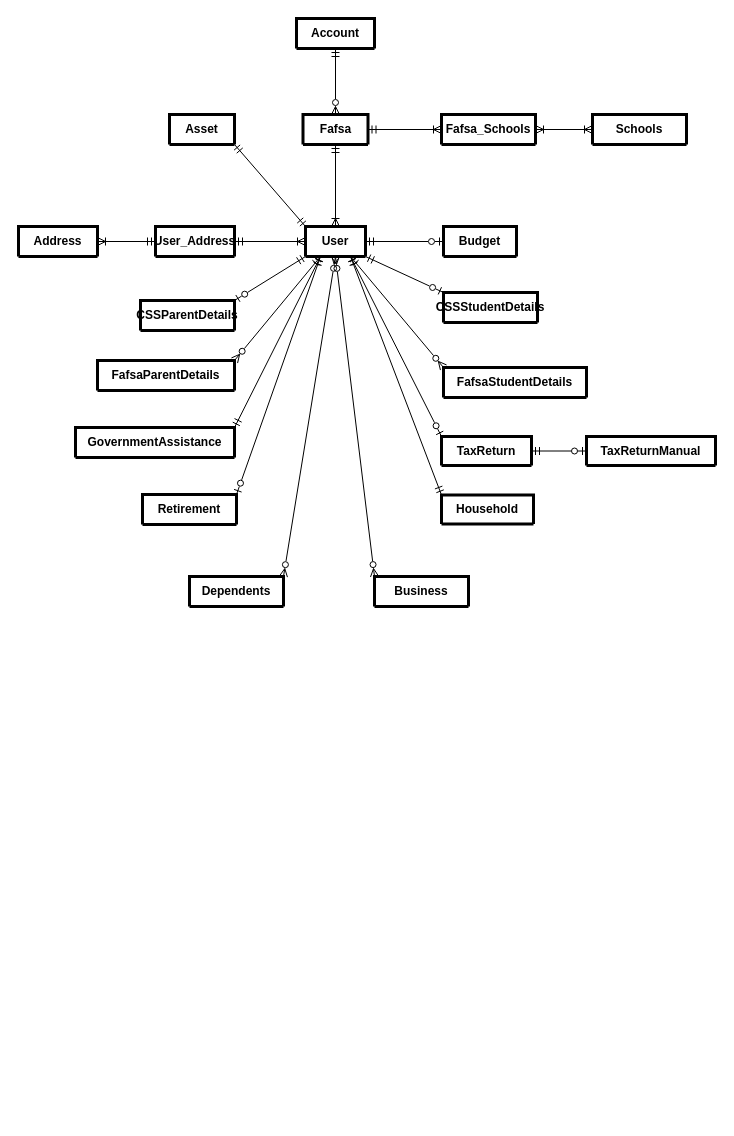
This is db.drawio from codyhenry/fafsaform, a draw.io file, before an edit. Source tidied: cells renumbered, new cells numbered last; positions are measured from the earlier drawing's top-left corner, leaving out a move shared by most shapes. Both pictures are drawn from the tidied source at 100%, with x=0, y=0 at pixel (18, 18).
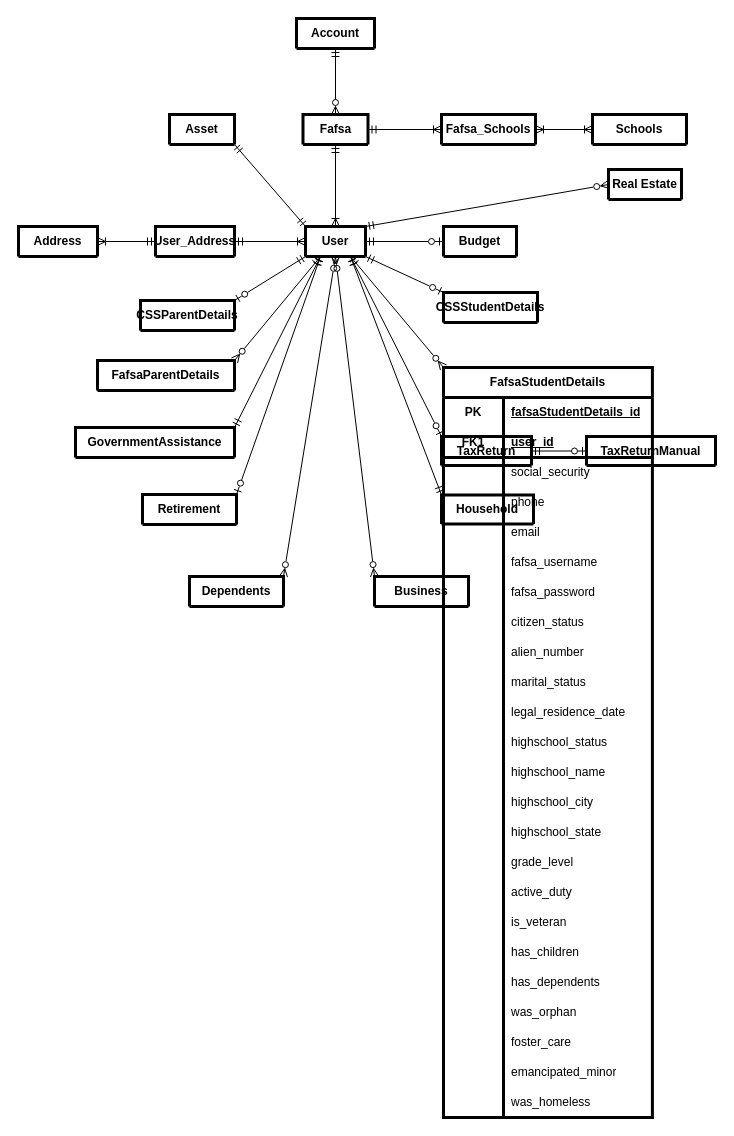
The same page after the edit.

The change refers to these unchanged cells:
```xml
<mxCell id="23" value="User" style="shape=table;startSize=30;childLayout=tableLayout;rowLines=0;fontStyle=1;align=center;html=1;whiteSpace=wrap;fillColor=none;strokeWidth=3;" parent="1" vertex="1" collapsed="1">
  <mxGeometry x="287" y="208" width="60" height="30" as="geometry" />
</mxCell>
```

What changed in the source:
```diff
@@
-    <mxCell id="6" value="FafsaStudentDetails" style="shape=table;startSize=30;childLayout=tableLayout;rowLines=0;fontStyle=1;align=center;html=1;whiteSpace=wrap;fillColor=none;strokeWidth=3;" parent="1" vertex="1" collapsed="1">
-      <mxGeometry x="425" y="349" width="143" height="30" as="geometry" />
+    <mxCell id="6" value="FafsaStudentDetails" style="shape=table;startSize=30;childLayout=tableLayout;rowLines=0;fontStyle=1;align=center;html=1;whiteSpace=wrap;fillColor=none;strokeWidth=3;" parent="1" vertex="1">
+      <mxGeometry x="425" y="349" width="208.9" height="750" as="geometry" />
     </mxCell>
+    <mxCell id="41" style="shape=tableRow;horizontal=0;startSize=0;swimlaneHead=0;swimlaneBody=0;fillColor=none;top=0;left=0;right=0;bottom=0;html=1;strokeWidth=3;" parent="6" vertex="1">
+      <mxGeometry y="30" width="208.9" height="30" as="geometry" />
+    </mxCell>
+    <mxCell id="42" value="PK" style="shape=partialRectangle;fillColor=none;top=0;left=0;bottom=0;right=0;fontStyle=1;overflow=hidden;html=1;whiteSpace=wrap;strokeWidth=3;perimeterSpacing=0;" parent="41" vertex="1">
+      <mxGeometry width="60" height="30" as="geometry" />
+    </mxCell>
+    <mxCell id="43" value="fafsaStudentDetails_id" style="shape=partialRectangle;fillColor=none;top=0;left=0;bottom=0;right=0;align=left;spacingLeft=6;fontStyle=5;overflow=hidden;html=1;whiteSpace=wrap;strokeWidth=3;" parent="41" vertex="1">
+      <mxGeometry x="60" width="148.9" height="30" as="geometry" />
+    </mxCell>
+    <mxCell id="44" style="shape=tableRow;horizontal=0;startSize=0;swimlaneHead=0;swimlaneBody=0;fillColor=none;top=0;left=0;right=0;bottom=1;html=1;strokeWidth=3;" parent="6" vertex="1">
+      <mxGeometry y="60" width="208.9" height="30" as="geometry" />
+    </mxCell>
+    <mxCell id="45" value="FK1" style="shape=partialRectangle;fillColor=none;top=0;left=0;bottom=0;right=0;fontStyle=1;overflow=hidden;html=1;whiteSpace=wrap;strokeWidth=3;" parent="44" vertex="1">
+      <mxGeometry width="60" height="30" as="geometry" />
+    </mxCell>
+    <mxCell id="46" value="user_id" style="shape=partialRectangle;fillColor=none;top=0;left=0;bottom=0;right=0;align=left;spacingLeft=6;fontStyle=5;overflow=hidden;html=1;whiteSpace=wrap;strokeWidth=3;" parent="44" vertex="1">
+      <mxGeometry x="60" width="148.9" height="30" as="geometry" />
+    </mxCell>
+    <mxCell id="47" style="shape=tableRow;horizontal=0;startSize=0;swimlaneHead=0;swimlaneBody=0;fillColor=none;top=0;left=0;right=0;bottom=0;html=1;strokeWidth=3;" parent="6" vertex="1">
+      <mxGeometry y="90" width="208.9" height="30" as="geometry" />
+    </mxCell>
+    <mxCell id="48" style="shape=partialRectangle;fillColor=none;top=0;left=0;bottom=0;right=0;overflow=hidden;html=1;whiteSpace=wrap;strokeWidth=3;" parent="47" vertex="1">
+      <mxGeometry width="60" height="30" as="geometry" />
+    </mxCell>
+    <mxCell id="49" value="social_security" style="shape=partialRectangle;fillColor=none;top=0;left=0;bottom=0;right=0;align=left;spacingLeft=6;overflow=hidden;html=1;whiteSpace=wrap;strokeWidth=3;" parent="47" vertex="1">
+      <mxGeometry x="60" width="148.9" height="30" as="geometry" />
+    </mxCell>
+    <mxCell id="50" style="shape=tableRow;horizontal=0;startSize=0;swimlaneHead=0;swimlaneBody=0;fillColor=none;top=0;left=0;right=0;bottom=0;html=1;strokeWidth=3;" parent="6" vertex="1">
+      <mxGeometry y="120" width="208.9" height="30" as="geometry" />
+    </mxCell>
+    <mxCell id="51" style="shape=partialRectangle;fillColor=none;top=0;left=0;bottom=0;right=0;overflow=hidden;html=1;whiteSpace=wrap;strokeWidth=3;" parent="50" vertex="1">
+      <mxGeometry width="60" height="30" as="geometry" />
+    </mxCell>
+    <mxCell id="52" value="phone" style="shape=partialRectangle;fillColor=none;top=0;left=0;bottom=0;right=0;align=left;spacingLeft=6;overflow=hidden;html=1;whiteSpace=wrap;strokeWidth=3;" parent="50" vertex="1">
+      <mxGeometry x="60" width="148.9" height="30" as="geometry" />
+    </mxCell>
+    <mxCell id="53" style="shape=tableRow;horizontal=0;startSize=0;swimlaneHead=0;swimlaneBody=0;fillColor=none;top=0;left=0;right=0;bottom=0;html=1;strokeWidth=3;" parent="6" vertex="1">
+      <mxGeometry y="150" width="208.9" height="30" as="geometry" />
+    </mxCell>
+    <mxCell id="54" style="shape=partialRectangle;fillColor=none;top=0;left=0;bottom=0;right=0;overflow=hidden;html=1;whiteSpace=wrap;strokeWidth=3;" parent="53" vertex="1">
+      <mxGeometry width="60" height="30" as="geometry" />
+    </mxCell>
+    <mxCell id="55" value="email" style="shape=partialRectangle;fillColor=none;top=0;left=0;bottom=0;right=0;align=left;spacingLeft=6;overflow=hidden;html=1;whiteSpace=wrap;strokeWidth=3;" parent="53" vertex="1">
+      <mxGeometry x="60" width="148.9" height="30" as="geometry" />
+    </mxCell>
+    <mxCell id="56" style="shape=tableRow;horizontal=0;startSize=0;swimlaneHead=0;swimlaneBody=0;fillColor=none;top=0;left=0;right=0;bottom=0;html=1;strokeWidth=3;" parent="6" vertex="1">
+      <mxGeometry y="180" width="208.9" height="30" as="geometry" />
+    </mxCell>
+    <mxCell id="57" style="shape=partialRectangle;fillColor=none;top=0;left=0;bottom=0;right=0;overflow=hidden;html=1;whiteSpace=wrap;strokeWidth=3;" parent="56" vertex="1">
+      <mxGeometry width="60" height="30" as="geometry" />
+    </mxCell>
+    <mxCell id="58" value="fafsa_username" style="shape=partialRectangle;fillColor=none;top=0;left=0;bottom=0;right=0;align=left;spacingLeft=6;overflow=hidden;html=1;whiteSpace=wrap;strokeWidth=3;" parent="56" vertex="1">
+      <mxGeometry x="60" width="148.9" height="30" as="geometry" />
+    </mxCell>
+    <mxCell id="59" style="shape=tableRow;horizontal=0;startSize=0;swimlaneHead=0;swimlaneBody=0;fillColor=none;top=0;left=0;right=0;bottom=0;html=1;strokeWidth=3;" parent="6" vertex="1">
+      <mxGeometry y="210" width="208.9" height="30" as="geometry" />
+    </mxCell>
+    <mxCell id="60" style="shape=partialRectangle;fillColor=none;top=0;left=0;bottom=0;right=0;overflow=hidden;html=1;whiteSpace=wrap;strokeWidth=3;" parent="59" vertex="1">
+      <mxGeometry width="60" height="30" as="geometry" />
+    </mxCell>
+    <mxCell id="61" value="fafsa_password" style="shape=partialRectangle;fillColor=none;top=0;left=0;bottom=0;right=0;align=left;spacingLeft=6;overflow=hidden;html=1;whiteSpace=wrap;strokeWidth=3;" parent="59" vertex="1">
+      <mxGeometry x="60" width="148.9" height="30" as="geometry" />
+    </mxCell>
+    <mxCell id="62" style="shape=tableRow;horizontal=0;startSize=0;swimlaneHead=0;swimlaneBody=0;fillColor=none;top=0;left=0;right=0;bottom=0;html=1;strokeWidth=3;" parent="6" vertex="1">
+      <mxGeometry y="240" width="208.9" height="30" as="geometry" />
+    </mxCell>
+    <mxCell id="63" style="shape=partialRectangle;fillColor=none;top=0;left=0;bottom=0;right=0;overflow=hidden;html=1;whiteSpace=wrap;strokeWidth=3;" parent="62" vertex="1">
+      <mxGeometry width="60" height="30" as="geometry" />
+    </mxCell>
+    <mxCell id="64" value="citizen_status" style="shape=partialRectangle;fillColor=none;top=0;left=0;bottom=0;right=0;align=left;spacingLeft=6;overflow=hidden;html=1;whiteSpace=wrap;strokeWidth=3;" parent="62" vertex="1">
+      <mxGeometry x="60" width="148.9" height="30" as="geometry" />
+    </mxCell>
+    <mxCell id="65" style="shape=tableRow;horizontal=0;startSize=0;swimlaneHead=0;swimlaneBody=0;fillColor=none;top=0;left=0;right=0;bottom=0;html=1;strokeWidth=3;" parent="6" vertex="1">
+      <mxGeometry y="270" width="208.9" height="30" as="geometry" />
+    </mxCell>
+    <mxCell id="66" style="shape=partialRectangle;fillColor=none;top=0;left=0;bottom=0;right=0;overflow=hidden;html=1;whiteSpace=wrap;strokeWidth=3;" parent="65" vertex="1">
+      <mxGeometry width="60" height="30" as="geometry" />
+    </mxCell>
+    <mxCell id="67" value="alien_number" style="shape=partialRectangle;fillColor=none;top=0;left=0;bottom=0;right=0;align=left;spacingLeft=6;overflow=hidden;html=1;whiteSpace=wrap;strokeWidth=3;" parent="65" vertex="1">
+      <mxGeometry x="60" width="148.9" height="30" as="geometry" />
+    </mxCell>
+    <mxCell id="68" style="shape=tableRow;horizontal=0;startSize=0;swimlaneHead=0;swimlaneBody=0;fillColor=none;top=0;left=0;right=0;bottom=0;html=1;strokeWidth=3;" parent="6" vertex="1">
+      <mxGeometry y="300" width="208.9" height="30" as="geometry" />
+    </mxCell>
+    <mxCell id="69" style="shape=partialRectangle;fillColor=none;top=0;left=0;bottom=0;right=0;overflow=hidden;html=1;whiteSpace=wrap;strokeWidth=3;" parent="68" vertex="1">
+      <mxGeometry width="60" height="30" as="geometry" />
+    </mxCell>
+    <mxCell id="70" value="marital_status" style="shape=partialRectangle;fillColor=none;top=0;left=0;bottom=0;right=0;align=left;spacingLeft=6;overflow=hidden;html=1;whiteSpace=wrap;strokeWidth=3;" parent="68" vertex="1">
+      <mxGeometry x="60" width="148.9" height="30" as="geometry" />
+    </mxCell>
+    <mxCell id="71" style="shape=tableRow;horizontal=0;startSize=0;swimlaneHead=0;swimlaneBody=0;fillColor=none;top=0;left=0;right=0;bottom=0;html=1;strokeWidth=3;" parent="6" vertex="1">
+      <mxGeometry y="330" width="208.9" height="30" as="geometry" />
+    </mxCell>
+    <mxCell id="72" style="shape=partialRectangle;fillColor=none;top=0;left=0;bottom=0;right=0;overflow=hidden;html=1;whiteSpace=wrap;strokeWidth=3;" parent="71" vertex="1">
+      <mxGeometry width="60" height="30" as="geometry" />
+    </mxCell>
+    <mxCell id="73" value="legal_residence_date" style="shape=partialRectangle;fillColor=none;top=0;left=0;bottom=0;right=0;align=left;spacingLeft=6;overflow=hidden;html=1;whiteSpace=wrap;strokeWidth=3;" parent="71" vertex="1">
+      <mxGeometry x="60" width="148.9" height="30" as="geometry" />
+    </mxCell>
+    <mxCell id="74" style="shape=tableRow;horizontal=0;startSize=0;swimlaneHead=0;swimlaneBody=0;fillColor=none;top=0;left=0;right=0;bottom=0;html=1;strokeWidth=3;" parent="6" vertex="1">
+      <mxGeometry y="360" width="208.9" height="30" as="geometry" />
+    </mxCell>
+    <mxCell id="75" style="shape=partialRectangle;fillColor=none;top=0;left=0;bottom=0;right=0;overflow=hidden;html=1;whiteSpace=wrap;strokeWidth=3;" parent="74" vertex="1">
+      <mxGeometry width="60" height="30" as="geometry" />
+    </mxCell>
+    <mxCell id="76" value="highschool_status" style="shape=partialRectangle;fillColor=none;top=0;left=0;bottom=0;right=0;align=left;spacingLeft=6;overflow=hidden;html=1;whiteSpace=wrap;strokeWidth=3;" parent="74" vertex="1">
+      <mxGeometry x="60" width="148.9" height="30" as="geometry" />
+    </mxCell>
+    <mxCell id="77" style="shape=tableRow;horizontal=0;startSize=0;swimlaneHead=0;swimlaneBody=0;fillColor=none;top=0;left=0;right=0;bottom=0;html=1;strokeWidth=3;" parent="6" vertex="1">
+      <mxGeometry y="390" width="208.9" height="30" as="geometry" />
+    </mxCell>
+    <mxCell id="78" style="shape=partialRectangle;fillColor=none;top=0;left=0;bottom=0;right=0;overflow=hidden;html=1;whiteSpace=wrap;strokeWidth=3;" parent="77" vertex="1">
+      <mxGeometry width="60" height="30" as="geometry" />
+    </mxCell>
+    <mxCell id="79" value="highschool_name" style="shape=partialRectangle;fillColor=none;top=0;left=0;bottom=0;right=0;align=left;spacingLeft=6;overflow=hidden;html=1;whiteSpace=wrap;strokeWidth=3;" parent="77" vertex="1">
+      <mxGeometry x="60" width="148.9" height="30" as="geometry" />
+    </mxCell>
+    <mxCell id="80" style="shape=tableRow;horizontal=0;startSize=0;swimlaneHead=0;swimlaneBody=0;fillColor=none;top=0;left=0;right=0;bottom=0;html=1;strokeWidth=3;" parent="6" vertex="1">
+      <mxGeometry y="420" width="208.9" height="30" as="geometry" />
+    </mxCell>
+    <mxCell id="81" style="shape=partialRectangle;fillColor=none;top=0;left=0;bottom=0;right=0;overflow=hidden;html=1;whiteSpace=wrap;strokeWidth=3;" parent="80" vertex="1">
+      <mxGeometry width="60" height="30" as="geometry" />
+    </mxCell>
+    <mxCell id="82" value="highschool_city" style="shape=partialRectangle;fillColor=none;top=0;left=0;bottom=0;right=0;align=left;spacingLeft=6;overflow=hidden;html=1;whiteSpace=wrap;strokeWidth=3;" parent="80" vertex="1">
+      <mxGeometry x="60" width="148.9" height="30" as="geometry" />
+    </mxCell>
+    <mxCell id="83" style="shape=tableRow;horizontal=0;startSize=0;swimlaneHead=0;swimlaneBody=0;fillColor=none;top=0;left=0;right=0;bottom=0;html=1;strokeWidth=3;" parent="6" vertex="1">
+      <mxGeometry y="450" width="208.9" height="30" as="geometry" />
+    </mxCell>
+    <mxCell id="84" style="shape=partialRectangle;fillColor=none;top=0;left=0;bottom=0;right=0;overflow=hidden;html=1;whiteSpace=wrap;strokeWidth=3;" parent="83" vertex="1">
+      <mxGeometry width="60" height="30" as="geometry" />
+    </mxCell>
+    <mxCell id="85" value="highschool_state" style="shape=partialRectangle;fillColor=none;top=0;left=0;bottom=0;right=0;align=left;spacingLeft=6;overflow=hidden;html=1;whiteSpace=wrap;strokeWidth=3;" parent="83" vertex="1">
+      <mxGeometry x="60" width="148.9" height="30" as="geometry" />
+    </mxCell>
+    <mxCell id="86" style="shape=tableRow;horizontal=0;startSize=0;swimlaneHead=0;swimlaneBody=0;fillColor=none;top=0;left=0;right=0;bottom=0;html=1;strokeWidth=3;" parent="6" vertex="1">
+      <mxGeometry y="480" width="208.9" height="30" as="geometry" />
+    </mxCell>
+    <mxCell id="87" style="shape=partialRectangle;fillColor=none;top=0;left=0;bottom=0;right=0;overflow=hidden;html=1;whiteSpace=wrap;strokeWidth=3;" parent="86" vertex="1">
+      <mxGeometry width="60" height="30" as="geometry" />
+    </mxCell>
+    <mxCell id="88" value="grade_level" style="shape=partialRectangle;fillColor=none;top=0;left=0;bottom=0;right=0;align=left;spacingLeft=6;overflow=hidden;html=1;whiteSpace=wrap;strokeWidth=3;" parent="86" vertex="1">
+      <mxGeometry x="60" width="148.9" height="30" as="geometry" />
+    </mxCell>
+    <mxCell id="89" style="shape=tableRow;horizontal=0;startSize=0;swimlaneHead=0;swimlaneBody=0;fillColor=none;top=0;left=0;right=0;bottom=0;html=1;strokeWidth=3;" parent="6" vertex="1">
+      <mxGeometry y="510" width="208.9" height="30" as="geometry" />
+    </mxCell>
+    <mxCell id="90" style="shape=partialRectangle;fillColor=none;top=0;left=0;bottom=0;right=0;overflow=hidden;html=1;whiteSpace=wrap;strokeWidth=3;" parent="89" vertex="1">
+      <mxGeometry width="60" height="30" as="geometry" />
+    </mxCell>
+    <mxCell id="91" value="active_duty" style="shape=partialRectangle;fillColor=none;top=0;left=0;bottom=0;right=0;align=left;spacingLeft=6;overflow=hidden;html=1;whiteSpace=wrap;strokeWidth=3;" parent="89" vertex="1">
+      <mxGeometry x="60" width="148.9" height="30" as="geometry" />
+    </mxCell>
+    <mxCell id="92" style="shape=tableRow;horizontal=0;startSize=0;swimlaneHead=0;swimlaneBody=0;fillColor=none;top=0;left=0;right=0;bottom=0;html=1;strokeWidth=3;" parent="6" vertex="1">
+      <mxGeometry y="540" width="208.9" height="30" as="geometry" />
+    </mxCell>
+    <mxCell id="93" style="shape=partialRectangle;fillColor=none;top=0;left=0;bottom=0;right=0;overflow=hidden;html=1;whiteSpace=wrap;strokeWidth=3;" parent="92" vertex="1">
+      <mxGeometry width="60" height="30" as="geometry" />
+    </mxCell>
+    <mxCell id="94" value="is_veteran" style="shape=partialRectangle;fillColor=none;top=0;left=0;bottom=0;right=0;align=left;spacingLeft=6;overflow=hidden;html=1;whiteSpace=wrap;strokeWidth=3;" parent="92" vertex="1">
+      <mxGeometry x="60" width="148.9" height="30" as="geometry" />
+    </mxCell>
+    <mxCell id="95" style="shape=tableRow;horizontal=0;startSize=0;swimlaneHead=0;swimlaneBody=0;fillColor=none;top=0;left=0;right=0;bottom=0;html=1;strokeWidth=3;" parent="6" vertex="1">
+      <mxGeometry y="570" width="208.9" height="30" as="geometry" />
+    </mxCell>
+    <mxCell id="96" style="shape=partialRectangle;fillColor=none;top=0;left=0;bottom=0;right=0;overflow=hidden;html=1;whiteSpace=wrap;strokeWidth=3;" parent="95" vertex="1">
+      <mxGeometry width="60" height="30" as="geometry" />
+    </mxCell>
+    <mxCell id="97" value="has_children" style="shape=partialRectangle;fillColor=none;top=0;left=0;bottom=0;right=0;align=left;spacingLeft=6;overflow=hidden;html=1;whiteSpace=wrap;strokeWidth=3;" parent="95" vertex="1">
+      <mxGeometry x="60" width="148.9" height="30" as="geometry" />
+    </mxCell>
+    <mxCell id="98" style="shape=tableRow;horizontal=0;startSize=0;swimlaneHead=0;swimlaneBody=0;fillColor=none;top=0;left=0;right=0;bottom=0;html=1;strokeWidth=3;" parent="6" vertex="1">
+      <mxGeometry y="600" width="208.9" height="30" as="geometry" />
+    </mxCell>
+    <mxCell id="99" style="shape=partialRectangle;fillColor=none;top=0;left=0;bottom=0;right=0;overflow=hidden;html=1;whiteSpace=wrap;strokeWidth=3;" parent="98" vertex="1">
+      <mxGeometry width="60" height="30" as="geometry" />
+    </mxCell>
+    <mxCell id="100" value="has_dependents" style="shape=partialRectangle;fillColor=none;top=0;left=0;bottom=0;right=0;align=left;spacingLeft=6;overflow=hidden;html=1;whiteSpace=wrap;strokeWidth=3;" parent="98" vertex="1">
+      <mxGeometry x="60" width="148.9" height="30" as="geometry" />
+    </mxCell>
+    <mxCell id="101" style="shape=tableRow;horizontal=0;startSize=0;swimlaneHead=0;swimlaneBody=0;fillColor=none;top=0;left=0;right=0;bottom=0;html=1;strokeWidth=3;" parent="6" vertex="1">
+      <mxGeometry y="630" width="208.9" height="30" as="geometry" />
+    </mxCell>
+    <mxCell id="102" style="shape=partialRectangle;fillColor=none;top=0;left=0;bottom=0;right=0;overflow=hidden;html=1;whiteSpace=wrap;strokeWidth=3;" parent="101" vertex="1">
+      <mxGeometry width="60" height="30" as="geometry" />
+    </mxCell>
+    <mxCell id="103" value="was_orphan" style="shape=partialRectangle;fillColor=none;top=0;left=0;bottom=0;right=0;align=left;spacingLeft=6;overflow=hidden;html=1;whiteSpace=wrap;strokeWidth=3;" parent="101" vertex="1">
+      <mxGeometry x="60" width="148.9" height="30" as="geometry" />
+    </mxCell>
+    <mxCell id="104" style="shape=tableRow;horizontal=0;startSize=0;swimlaneHead=0;swimlaneBody=0;fillColor=none;top=0;left=0;right=0;bottom=0;html=1;strokeWidth=3;" parent="6" vertex="1">
+      <mxGeometry y="660" width="208.9" height="30" as="geometry" />
+    </mxCell>
+    <mxCell id="105" style="shape=partialRectangle;fillColor=none;top=0;left=0;bottom=0;right=0;overflow=hidden;html=1;whiteSpace=wrap;strokeWidth=3;" parent="104" vertex="1">
+      <mxGeometry width="60" height="30" as="geometry" />
+    </mxCell>
+    <mxCell id="106" value="foster_care" style="shape=partialRectangle;fillColor=none;top=0;left=0;bottom=0;right=0;align=left;spacingLeft=6;overflow=hidden;html=1;whiteSpace=wrap;strokeWidth=3;" parent="104" vertex="1">
+      <mxGeometry x="60" width="148.9" height="30" as="geometry" />
+    </mxCell>
+    <mxCell id="107" style="shape=tableRow;horizontal=0;startSize=0;swimlaneHead=0;swimlaneBody=0;fillColor=none;top=0;left=0;right=0;bottom=0;html=1;strokeWidth=3;" parent="6" vertex="1">
+      <mxGeometry y="690" width="208.9" height="30" as="geometry" />
+    </mxCell>
+    <mxCell id="108" style="shape=partialRectangle;fillColor=none;top=0;left=0;bottom=0;right=0;overflow=hidden;html=1;whiteSpace=wrap;strokeWidth=3;" parent="107" vertex="1">
+      <mxGeometry width="60" height="30" as="geometry" />
+    </mxCell>
+    <mxCell id="109" value="emancipated_minor" style="shape=partialRectangle;fillColor=none;top=0;left=0;bottom=0;right=0;align=left;spacingLeft=6;overflow=hidden;html=1;whiteSpace=wrap;strokeWidth=3;" parent="107" vertex="1">
+      <mxGeometry x="60" width="148.9" height="30" as="geometry" />
+    </mxCell>
+    <mxCell id="110" style="shape=tableRow;horizontal=0;startSize=0;swimlaneHead=0;swimlaneBody=0;fillColor=none;top=0;left=0;right=0;bottom=0;html=1;strokeWidth=3;" parent="6" vertex="1">
+      <mxGeometry y="720" width="208.9" height="30" as="geometry" />
+    </mxCell>
+    <mxCell id="111" style="shape=partialRectangle;fillColor=none;top=0;left=0;bottom=0;right=0;overflow=hidden;html=1;whiteSpace=wrap;strokeWidth=3;" parent="110" vertex="1">
+      <mxGeometry width="60" height="30" as="geometry" />
+    </mxCell>
+    <mxCell id="112" value="was_homeless" style="shape=partialRectangle;fillColor=none;top=0;left=0;bottom=0;right=0;align=left;spacingLeft=6;overflow=hidden;html=1;whiteSpace=wrap;strokeWidth=3;" parent="110" vertex="1">
+      <mxGeometry x="60" width="148.9" height="30" as="geometry" />
+    </mxCell>
@@
+    <mxCell id="113" style="rounded=0;jettySize=auto;html=1;exitX=1;exitY=0;exitDx=0;exitDy=0;entryX=0;entryY=0.5;entryDx=0;entryDy=0;endArrow=ERzeroToMany;endFill=0;startArrow=ERmandOne;startFill=0;" parent="1" edge="1" source="23" target="114">
+      <mxGeometry relative="1" as="geometry" />
+    </mxCell>
@@
+    <mxCell id="114" value="Real Estate" style="shape=table;startSize=30;childLayout=tableLayout;rowLines=0;fontStyle=1;align=center;html=1;whiteSpace=wrap;fillColor=none;strokeWidth=3;" parent="1" vertex="1" collapsed="1">
+      <mxGeometry x="590" y="151" width="73" height="30" as="geometry" />
+    </mxCell>
```
